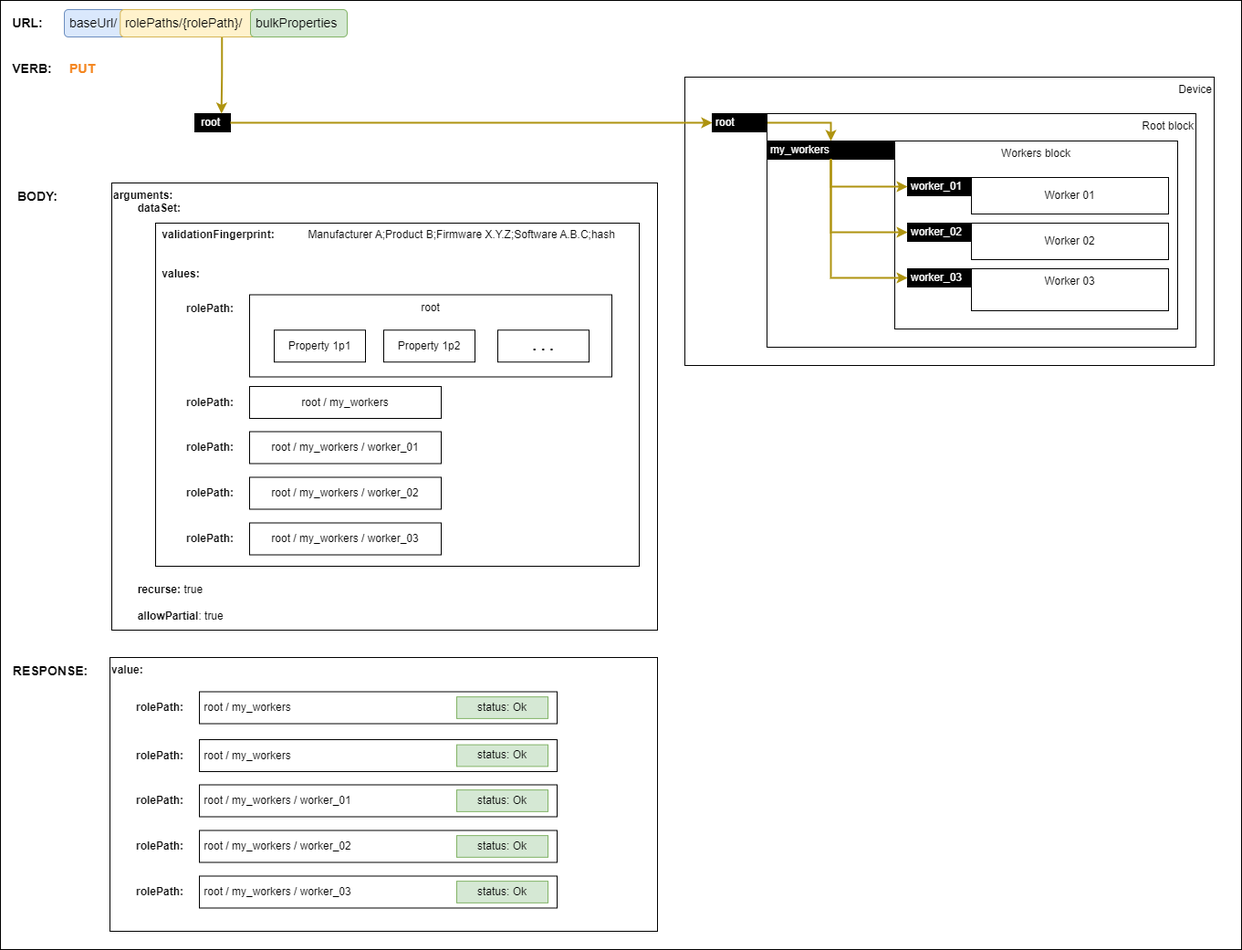
AMWA-TV/is-device-configuration keeps this draw.io diagram as docs/images/restoring-full-backup.png. Above is the earlier version. Source tidied: cells renumbered, new cells last; positions are measured from the earlier drawing's top-left corner, leaving out a move shared by most shapes.
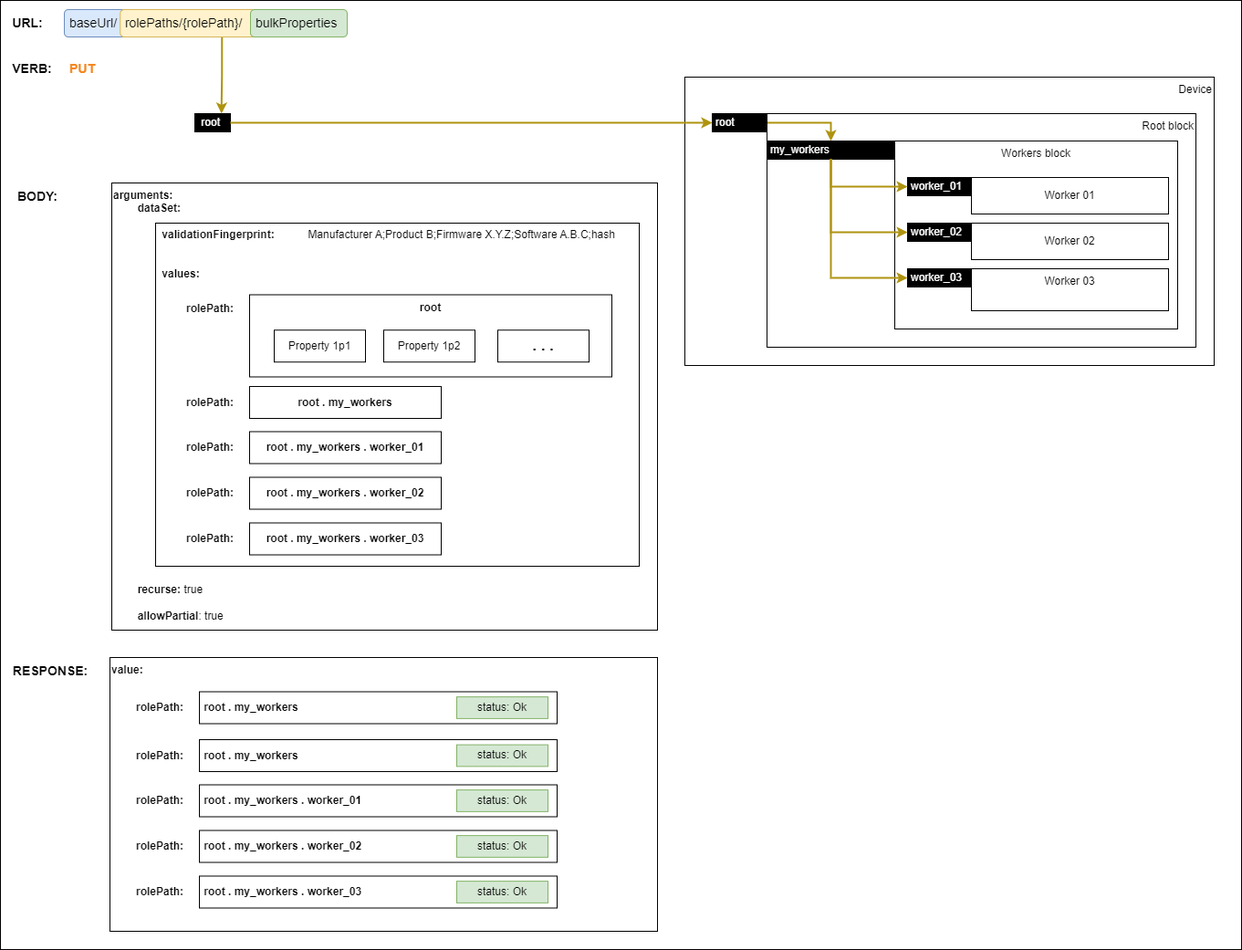
After the change.

Commit message:
Update backup & restore diagrams

To represent role paths using "." as a delimiter

The edit, as a diff of the source:
```diff
@@ -5,6 +5,12 @@
     <mxCell id="2" style="rounded=0;whiteSpace=wrap;html=1;" parent="1" vertex="1">
       <mxGeometry width="1360" height="1040" as="geometry" />
     </mxCell>
+    <mxCell id="39" value="&lt;div&gt;&lt;b&gt;arguments:&lt;/b&gt;&lt;/div&gt;&lt;div&gt;&lt;b&gt;&lt;span style=&quot;white-space: pre;&quot;&gt;&#9;&lt;/span&gt;dataSet:&lt;br&gt;&lt;/b&gt;&lt;/div&gt;&lt;div&gt;&lt;br&gt;&lt;/div&gt;&lt;div&gt;&lt;b&gt;&lt;span style=&quot;white-space: pre;&quot;&gt;&lt;span style=&quot;white-space: pre;&quot;&gt;&#9;&lt;/span&gt;&#9;&lt;/span&gt;validationFingerprint:&lt;/b&gt; &lt;span style=&quot;white-space: pre;&quot;&gt;&#9;&lt;/span&gt;&lt;span style=&quot;white-space: pre;&quot;&gt;&#9;&lt;/span&gt;Manufacturer A;Product B;Firmware X.Y.Z;Software A.B.C;hash&lt;br&gt;&lt;/div&gt;&lt;div&gt;&lt;br&gt;&lt;/div&gt;&lt;div&gt;&lt;br&gt;&lt;/div&gt;&lt;b&gt;&lt;span style=&quot;white-space: pre;&quot;&gt;&#9;&lt;span style=&quot;white-space: pre;&quot;&gt;&#9;&lt;/span&gt;&lt;/span&gt;values:&lt;/b&gt;&lt;div&gt;&lt;b&gt;&lt;br&gt;&lt;/b&gt;&lt;/div&gt;&lt;div&gt;&lt;b&gt;&lt;br&gt;&lt;/b&gt;&lt;/div&gt;&lt;div&gt;&lt;b&gt;&lt;br&gt;&lt;/b&gt;&lt;/div&gt;&lt;div&gt;&lt;b&gt;&lt;br&gt;&lt;/b&gt;&lt;/div&gt;&lt;div&gt;&lt;b&gt;&lt;br&gt;&lt;/b&gt;&lt;/div&gt;&lt;div&gt;&lt;b&gt;&lt;br&gt;&lt;/b&gt;&lt;/div&gt;&lt;div&gt;&lt;b&gt;&lt;br&gt;&lt;/b&gt;&lt;/div&gt;&lt;div&gt;&lt;b&gt;&lt;br&gt;&lt;/b&gt;&lt;/div&gt;&lt;div&gt;&lt;b&gt;&lt;br&gt;&lt;/b&gt;&lt;/div&gt;&lt;div&gt;&lt;b&gt;&lt;br&gt;&lt;/b&gt;&lt;/div&gt;&lt;div&gt;&lt;b&gt;&lt;br&gt;&lt;/b&gt;&lt;/div&gt;&lt;div&gt;&lt;b&gt;&lt;br&gt;&lt;/b&gt;&lt;/div&gt;&lt;div&gt;&lt;b&gt;&lt;br&gt;&lt;/b&gt;&lt;/div&gt;&lt;div&gt;&lt;b&gt;&lt;br&gt;&lt;/b&gt;&lt;/div&gt;&lt;div&gt;&lt;b&gt;&lt;br&gt;&lt;/b&gt;&lt;/div&gt;&lt;div&gt;&lt;b&gt;&lt;br&gt;&lt;/b&gt;&lt;/div&gt;&lt;div&gt;&lt;b&gt;&lt;br&gt;&lt;/b&gt;&lt;/div&gt;&lt;div&gt;&lt;b&gt;&lt;br&gt;&lt;/b&gt;&lt;/div&gt;&lt;div&gt;&lt;b&gt;&lt;br&gt;&lt;/b&gt;&lt;/div&gt;&lt;div&gt;&lt;b&gt;&lt;br&gt;&lt;/b&gt;&lt;/div&gt;&lt;div&gt;&lt;b&gt;&lt;br&gt;&lt;/b&gt;&lt;/div&gt;&lt;div&gt;&lt;b&gt;&lt;br&gt;&lt;/b&gt;&lt;/div&gt;&lt;div&gt;&lt;b&gt;&lt;br&gt;&lt;/b&gt;&lt;/div&gt;&lt;div&gt;&lt;b&gt;&lt;span style=&quot;white-space: pre;&quot;&gt;&#9;&lt;/span&gt;recurse:&lt;/b&gt; true&lt;br&gt;&lt;/div&gt;&lt;div&gt;&lt;br&gt;&lt;/div&gt;&lt;div&gt;&lt;span style=&quot;white-space: pre;&quot;&gt;&#9;&lt;/span&gt;&lt;b&gt;allowPartial&lt;/b&gt;: true&lt;br&gt;&lt;/div&gt;" style="rounded=0;whiteSpace=wrap;html=1;align=left;verticalAlign=top;" parent="1" vertex="1">
+      <mxGeometry x="122" y="200" width="598" height="490" as="geometry" />
+    </mxCell>
+    <mxCell id="54" style="rounded=0;whiteSpace=wrap;html=1;fillColor=none;fontStyle=0;" parent="1" vertex="1">
+      <mxGeometry x="170" y="244" width="530" height="376" as="geometry" />
+    </mxCell>
     <mxCell id="3" value="Device" style="rounded=0;whiteSpace=wrap;html=1;align=right;verticalAlign=top;" parent="1" vertex="1">
       <mxGeometry x="750" y="84" width="580" height="316" as="geometry" />
     </mxCell>
@@ -86,16 +92,16 @@
     <mxCell id="29" value="&lt;b&gt;rolePath:&lt;/b&gt;" style="text;html=1;align=center;verticalAlign=middle;whiteSpace=wrap;rounded=0;" parent="1" vertex="1">
       <mxGeometry x="145" y="760" width="60" height="30" as="geometry" />
     </mxCell>
-    <mxCell id="30" value="&amp;nbsp;root / my_workers" style="rounded=0;whiteSpace=wrap;html=1;align=left;" parent="1" vertex="1">
+    <mxCell id="30" value="&amp;nbsp;root . my_workers" style="rounded=0;whiteSpace=wrap;html=1;align=left;fontStyle=1;" parent="1" vertex="1">
       <mxGeometry x="218" y="810" width="392" height="35" as="geometry" />
     </mxCell>
-    <mxCell id="31" value="&amp;nbsp;root / my_workers / worker_01" style="rounded=0;whiteSpace=wrap;html=1;align=left;" parent="1" vertex="1">
+    <mxCell id="31" value="&amp;nbsp;root . my_workers . worker_01" style="rounded=0;whiteSpace=wrap;html=1;align=left;fontStyle=1;" parent="1" vertex="1">
       <mxGeometry x="218" y="859.5" width="392" height="35" as="geometry" />
     </mxCell>
-    <mxCell id="32" value="&amp;nbsp;root / my_workers / worker_02" style="rounded=0;whiteSpace=wrap;html=1;align=left;" parent="1" vertex="1">
+    <mxCell id="32" value="&amp;nbsp;root . my_workers . worker_02" style="rounded=0;whiteSpace=wrap;html=1;align=left;fontStyle=1;" parent="1" vertex="1">
       <mxGeometry x="218" y="909.5" width="392" height="35" as="geometry" />
     </mxCell>
-    <mxCell id="33" value="&amp;nbsp;root / my_workers / worker_03" style="rounded=0;whiteSpace=wrap;html=1;align=left;" parent="1" vertex="1">
+    <mxCell id="33" value="&amp;nbsp;root . my_workers . worker_03" style="rounded=0;whiteSpace=wrap;html=1;align=left;fontStyle=1;" parent="1" vertex="1">
       <mxGeometry x="218" y="959.5" width="392" height="35" as="geometry" />
     </mxCell>
     <mxCell id="34" value="&lt;b&gt;rolePath:&lt;/b&gt;" style="text;html=1;align=center;verticalAlign=middle;whiteSpace=wrap;rounded=0;" parent="1" vertex="1">
@@ -113,10 +119,7 @@
     <mxCell id="38" value="BODY:" style="text;html=1;strokeColor=none;fillColor=none;align=center;verticalAlign=middle;whiteSpace=wrap;rounded=0;fontStyle=1;fontSize=14;" parent="1" vertex="1">
       <mxGeometry x="12" y="200" width="58" height="30" as="geometry" />
     </mxCell>
-    <mxCell id="39" value="&lt;div&gt;&lt;b&gt;arguments:&lt;/b&gt;&lt;/div&gt;&lt;div&gt;&lt;b&gt;&lt;span style=&quot;white-space: pre;&quot;&gt;&#9;&lt;/span&gt;dataSet:&lt;br&gt;&lt;/b&gt;&lt;/div&gt;&lt;div&gt;&lt;br&gt;&lt;/div&gt;&lt;div&gt;&lt;b&gt;&lt;span style=&quot;white-space: pre;&quot;&gt;&lt;span style=&quot;white-space: pre;&quot;&gt;&#9;&lt;/span&gt;&#9;&lt;/span&gt;validationFingerprint:&lt;/b&gt; &lt;span style=&quot;white-space: pre;&quot;&gt;&#9;&lt;/span&gt;&lt;span style=&quot;white-space: pre;&quot;&gt;&#9;&lt;/span&gt;Manufacturer A;Product B;Firmware X.Y.Z;Software A.B.C;hash&lt;br&gt;&lt;/div&gt;&lt;div&gt;&lt;br&gt;&lt;/div&gt;&lt;div&gt;&lt;br&gt;&lt;/div&gt;&lt;b&gt;&lt;span style=&quot;white-space: pre;&quot;&gt;&#9;&lt;span style=&quot;white-space: pre;&quot;&gt;&#9;&lt;/span&gt;&lt;/span&gt;values:&lt;/b&gt;&lt;div&gt;&lt;b&gt;&lt;br&gt;&lt;/b&gt;&lt;/div&gt;&lt;div&gt;&lt;b&gt;&lt;br&gt;&lt;/b&gt;&lt;/div&gt;&lt;div&gt;&lt;b&gt;&lt;br&gt;&lt;/b&gt;&lt;/div&gt;&lt;div&gt;&lt;b&gt;&lt;br&gt;&lt;/b&gt;&lt;/div&gt;&lt;div&gt;&lt;b&gt;&lt;br&gt;&lt;/b&gt;&lt;/div&gt;&lt;div&gt;&lt;b&gt;&lt;br&gt;&lt;/b&gt;&lt;/div&gt;&lt;div&gt;&lt;b&gt;&lt;br&gt;&lt;/b&gt;&lt;/div&gt;&lt;div&gt;&lt;b&gt;&lt;br&gt;&lt;/b&gt;&lt;/div&gt;&lt;div&gt;&lt;b&gt;&lt;br&gt;&lt;/b&gt;&lt;/div&gt;&lt;div&gt;&lt;b&gt;&lt;br&gt;&lt;/b&gt;&lt;/div&gt;&lt;div&gt;&lt;b&gt;&lt;br&gt;&lt;/b&gt;&lt;/div&gt;&lt;div&gt;&lt;b&gt;&lt;br&gt;&lt;/b&gt;&lt;/div&gt;&lt;div&gt;&lt;b&gt;&lt;br&gt;&lt;/b&gt;&lt;/div&gt;&lt;div&gt;&lt;b&gt;&lt;br&gt;&lt;/b&gt;&lt;/div&gt;&lt;div&gt;&lt;b&gt;&lt;br&gt;&lt;/b&gt;&lt;/div&gt;&lt;div&gt;&lt;b&gt;&lt;br&gt;&lt;/b&gt;&lt;/div&gt;&lt;div&gt;&lt;b&gt;&lt;br&gt;&lt;/b&gt;&lt;/div&gt;&lt;div&gt;&lt;b&gt;&lt;br&gt;&lt;/b&gt;&lt;/div&gt;&lt;div&gt;&lt;b&gt;&lt;br&gt;&lt;/b&gt;&lt;/div&gt;&lt;div&gt;&lt;b&gt;&lt;br&gt;&lt;/b&gt;&lt;/div&gt;&lt;div&gt;&lt;b&gt;&lt;br&gt;&lt;/b&gt;&lt;/div&gt;&lt;div&gt;&lt;b&gt;&lt;br&gt;&lt;/b&gt;&lt;/div&gt;&lt;div&gt;&lt;b&gt;&lt;br&gt;&lt;/b&gt;&lt;/div&gt;&lt;div&gt;&lt;b&gt;&lt;span style=&quot;white-space: pre;&quot;&gt;&#9;&lt;/span&gt;recurse:&lt;/b&gt; true&lt;br&gt;&lt;/div&gt;&lt;div&gt;&lt;br&gt;&lt;/div&gt;&lt;div&gt;&lt;span style=&quot;white-space: pre;&quot;&gt;&#9;&lt;/span&gt;&lt;b&gt;allowPartial&lt;/b&gt;: true&lt;br&gt;&lt;/div&gt;" style="rounded=0;whiteSpace=wrap;html=1;align=left;verticalAlign=top;" parent="1" vertex="1">
-      <mxGeometry x="122" y="200" width="598" height="490" as="geometry" />
-    </mxCell>
-    <mxCell id="40" value="root" style="rounded=0;whiteSpace=wrap;html=1;verticalAlign=top;" parent="1" vertex="1">
+    <mxCell id="40" value="root" style="rounded=0;whiteSpace=wrap;html=1;verticalAlign=top;fontStyle=1;" parent="1" vertex="1">
       <mxGeometry x="273" y="322.5" width="397" height="90" as="geometry" />
     </mxCell>
     <mxCell id="41" value="&lt;b&gt;rolePath:&lt;/b&gt;" style="text;html=1;align=center;verticalAlign=middle;whiteSpace=wrap;rounded=0;" parent="1" vertex="1">
@@ -131,16 +134,16 @@
     <mxCell id="44" value=". . ." style="rounded=0;whiteSpace=wrap;html=1;fontStyle=1;fontSize=17;" parent="1" vertex="1">
       <mxGeometry x="545" y="361.2" width="100" height="35" as="geometry" />
     </mxCell>
-    <mxCell id="45" value="root / my_workers" style="rounded=0;whiteSpace=wrap;html=1;" parent="1" vertex="1">
+    <mxCell id="45" value="root . my_workers" style="rounded=0;whiteSpace=wrap;html=1;fontStyle=1;" parent="1" vertex="1">
       <mxGeometry x="273" y="423" width="210" height="35" as="geometry" />
     </mxCell>
-    <mxCell id="46" value="root / my_workers / worker_01" style="rounded=0;whiteSpace=wrap;html=1;" parent="1" vertex="1">
+    <mxCell id="46" value="root . my_workers . worker_01" style="rounded=0;whiteSpace=wrap;html=1;fontStyle=1;" parent="1" vertex="1">
       <mxGeometry x="273" y="472.5" width="210" height="35" as="geometry" />
     </mxCell>
-    <mxCell id="47" value="root / my_workers / worker_02" style="rounded=0;whiteSpace=wrap;html=1;" parent="1" vertex="1">
+    <mxCell id="47" value="root . my_workers . worker_02" style="rounded=0;whiteSpace=wrap;html=1;fontStyle=1;" parent="1" vertex="1">
       <mxGeometry x="273" y="522.5" width="210" height="35" as="geometry" />
     </mxCell>
-    <mxCell id="48" value="root / my_workers / worker_03" style="rounded=0;whiteSpace=wrap;html=1;" parent="1" vertex="1">
+    <mxCell id="48" value="root . my_workers . worker_03" style="rounded=0;whiteSpace=wrap;html=1;fontStyle=1;" parent="1" vertex="1">
       <mxGeometry x="273" y="572.5" width="210" height="35" as="geometry" />
     </mxCell>
     <mxCell id="49" value="&lt;b&gt;rolePath:&lt;/b&gt;" style="text;html=1;align=center;verticalAlign=middle;whiteSpace=wrap;rounded=0;" parent="1" vertex="1">
@@ -155,12 +158,9 @@
     <mxCell id="52" value="&lt;b&gt;rolePath:&lt;/b&gt;" style="text;html=1;align=center;verticalAlign=middle;whiteSpace=wrap;rounded=0;" parent="1" vertex="1">
       <mxGeometry x="200" y="575" width="60" height="30" as="geometry" />
     </mxCell>
-    <mxCell id="53" value="&amp;nbsp;root / my_workers" style="rounded=0;whiteSpace=wrap;html=1;align=left;" parent="1" vertex="1">
+    <mxCell id="53" value="&amp;nbsp;root . my_workers" style="rounded=0;whiteSpace=wrap;html=1;align=left;fontStyle=1;" parent="1" vertex="1">
       <mxGeometry x="218" y="757.5" width="392" height="35" as="geometry" />
     </mxCell>
-    <mxCell id="54" style="rounded=0;whiteSpace=wrap;html=1;fillColor=none;" parent="1" vertex="1">
-      <mxGeometry x="170" y="244" width="530" height="376" as="geometry" />
-    </mxCell>
     <mxCell id="55" value="status: Ok" style="rounded=0;whiteSpace=wrap;html=1;fillColor=#d5e8d4;strokeColor=#82b366;" parent="1" vertex="1">
       <mxGeometry x="500" y="763.1" width="100" height="23.8" as="geometry" />
     </mxCell>
```
